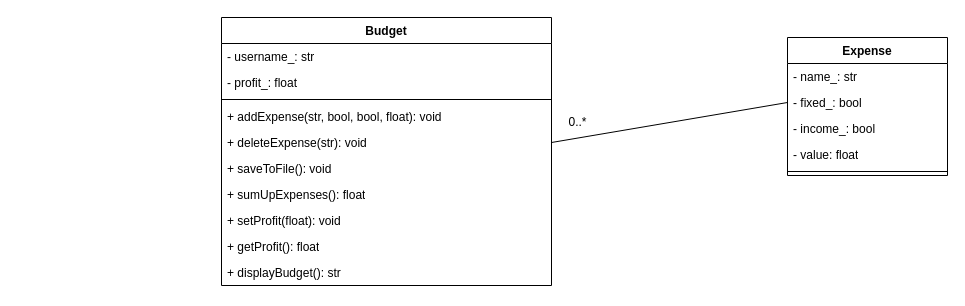
This is docs/budget_class_diagram.drawio from bruhe002/budgeting-tool, a draw.io file, before an edit. Source tidied: cells renumbered, new cells numbered last; positions are measured from the earlier drawing's top-left corner, leaving out a move shared by most shapes. Both pictures are drawn from the tidied source at 100%, with x=0, y=0 at pixel (221, 17).
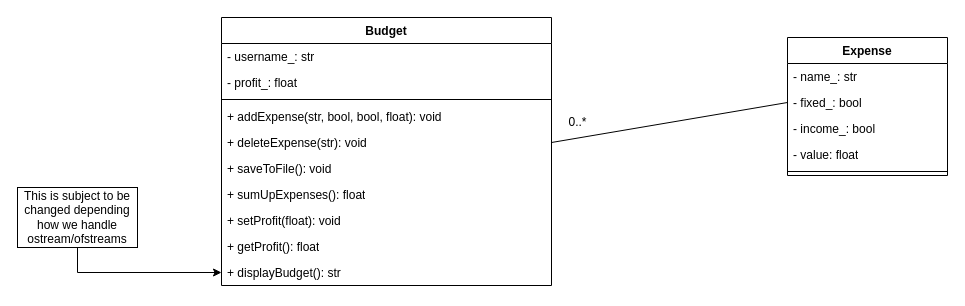
The same page after the edit.

Commit message:
Update class diagram

The change refers to these unchanged cells:
```xml
<mxCell id="19" value="+ displayBudget(): str" style="text;strokeColor=none;fillColor=none;align=left;verticalAlign=top;spacingLeft=4;spacingRight=4;overflow=hidden;points=[[0,0.5],[1,0.5]];portConstraint=eastwest;whiteSpace=wrap;html=1;" parent="9" vertex="1">
  <mxGeometry y="242" width="330" height="26" as="geometry" />
</mxCell>
```

The edit, as a diff of the source:
```diff
@@
+    <mxCell id="21" style="edgeStyle=orthogonalEdgeStyle;rounded=0;jettySize=auto;html=1;entryX=0;entryY=0.5;entryDx=0;entryDy=0;" parent="1" edge="1" source="22" target="19">
+      <mxGeometry relative="1" as="geometry" />
+    </mxCell>
+    <mxCell id="22" value="This is subject to be changed depending how we handle ostream/ofstreams" style="rounded=0;whiteSpace=wrap;html=1;" parent="1" vertex="1">
+      <mxGeometry x="-204" y="170" width="120" height="60" as="geometry" />
+    </mxCell>
```
